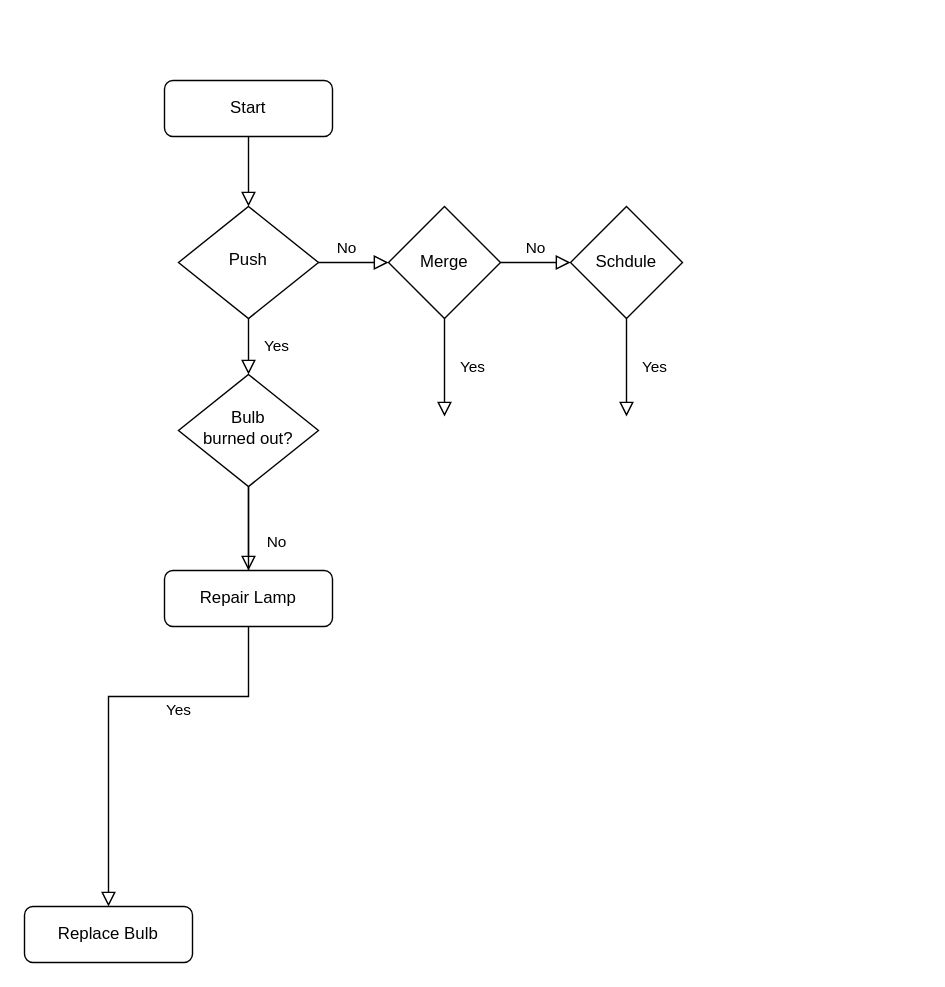
The draw.io diagram Untitled Diagram.drawio in hongbin-che/Actions_Study, before the edit. Source tidied: cells renumbered, new cells numbered last; positions are measured from the earlier drawing's top-left corner, leaving out a move shared by most shapes. Both pictures are drawn from the tidied source at 140%, with x=0, y=0 at pixel (24, 80).
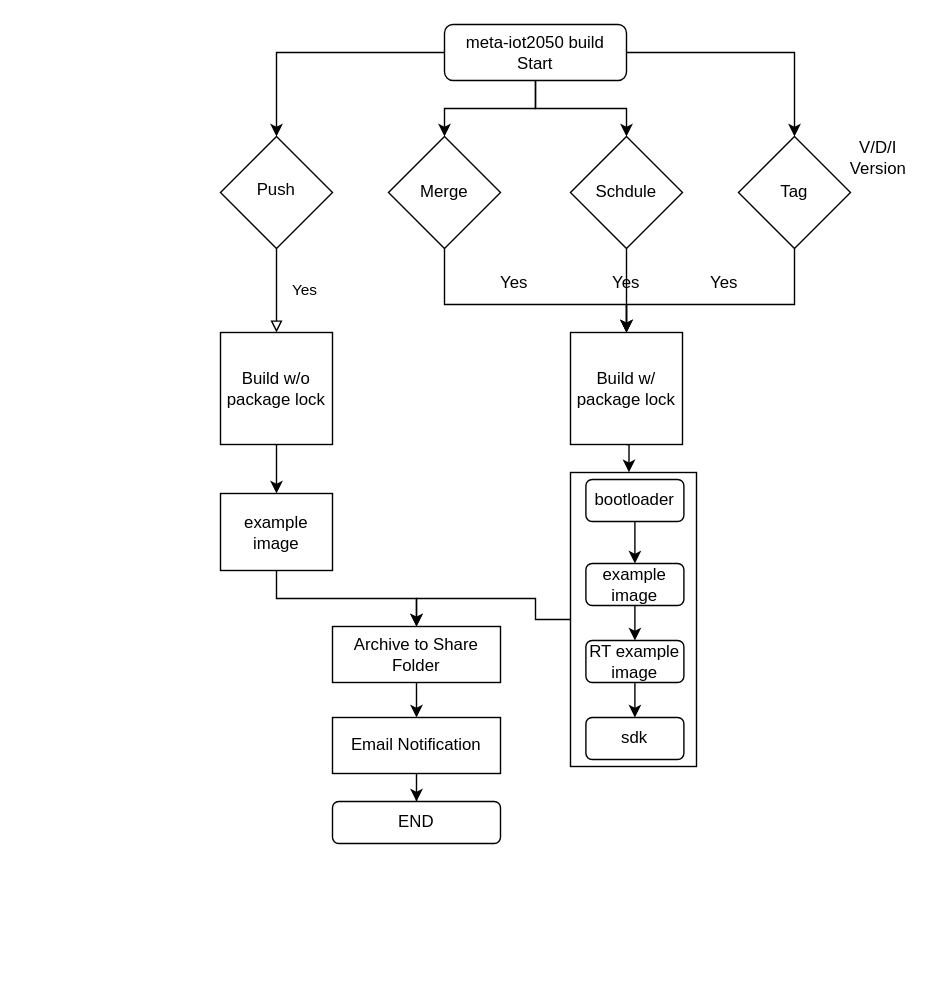
The same page after the edit.

The edit, as a diff of the source:
```diff
@@
+    <mxCell id="17" style="edgeStyle=orthogonalEdgeStyle;rounded=0;jettySize=auto;html=1;entryX=0.5;entryY=0;entryDx=0;entryDy=0;" parent="1" edge="1" source="18" target="41">
+      <mxGeometry relative="1" as="geometry" />
+    </mxCell>
+    <mxCell id="18" style="rounded=0;whiteSpace=wrap;html=1;" parent="1" vertex="1">
+      <mxGeometry x="390" y="280" width="90" height="210" as="geometry" />
+    </mxCell>
+    <mxCell id="19" style="edgeStyle=orthogonalEdgeStyle;rounded=0;jettySize=auto;html=1;" parent="1" edge="1" source="3" target="13">
+      <mxGeometry relative="1" as="geometry" />
+    </mxCell>
-    <mxCell id="2" style="rounded=0;html=1;jettySize=auto;fontSize=11;endArrow=block;endFill=0;endSize=8;strokeWidth=1;shadow=0;labelBackgroundColor=none;edgeStyle=orthogonalEdgeStyle;" parent="1" edge="1" source="3" target="6">
+    <mxCell id="2" style="edgeStyle=orthogonalEdgeStyle;rounded=0;jettySize=auto;html=1;entryX=0.5;entryY=0;entryDx=0;entryDy=0;" parent="1" edge="1" source="3" target="6">
       <mxGeometry relative="1" as="geometry" />
     </mxCell>
+    <mxCell id="20" style="edgeStyle=orthogonalEdgeStyle;rounded=0;jettySize=auto;html=1;entryX=0.5;entryY=0;entryDx=0;entryDy=0;" parent="1" edge="1" source="3" target="12">
+      <mxGeometry relative="1" as="geometry" />
+    </mxCell>
+    <mxCell id="21" style="edgeStyle=orthogonalEdgeStyle;rounded=0;jettySize=auto;html=1;entryX=0.5;entryY=0;entryDx=0;entryDy=0;" parent="1" edge="1" source="3" target="29">
+      <mxGeometry relative="1" as="geometry" />
+    </mxCell>
-    <mxCell id="3" value="Start" style="rounded=1;whiteSpace=wrap;html=1;fontSize=12;glass=0;strokeWidth=1;shadow=0;" parent="1" vertex="1">
-      <mxGeometry x="100" width="120" height="40" as="geometry" />
+    <mxCell id="3" value="meta-iot2050 build&lt;br&gt;Start" style="rounded=1;whiteSpace=wrap;html=1;fontSize=12;glass=0;strokeWidth=1;shadow=0;" parent="1" vertex="1">
+      <mxGeometry x="300" y="-40" width="130" height="40" as="geometry" />
     </mxCell>
-    <mxCell id="4" value="Yes" style="rounded=0;html=1;jettySize=auto;fontSize=11;endArrow=block;endFill=0;endSize=8;strokeWidth=1;shadow=0;labelBackgroundColor=none;edgeStyle=orthogonalEdgeStyle;" parent="1" edge="1" source="6" target="9">
+    <mxCell id="4" value="Yes" style="rounded=0;html=1;jettySize=auto;fontSize=11;endArrow=block;endFill=0;strokeWidth=1;shadow=0;labelBackgroundColor=none;edgeStyle=orthogonalEdgeStyle;entryX=0.5;entryY=0;entryDx=0;entryDy=0;" parent="1" edge="1" source="6" target="27">
       <mxGeometry y="20" relative="1" as="geometry" />
     </mxCell>
-    <mxCell id="5" value="No" style="edgeStyle=orthogonalEdgeStyle;rounded=0;html=1;jettySize=auto;fontSize=11;endArrow=block;endFill=0;endSize=8;strokeWidth=1;shadow=0;labelBackgroundColor=none;" parent="1" edge="1" source="6">
-      <mxGeometry x="-0.2" y="10" relative="1" as="geometry">
-        <mxPoint x="260" y="130" as="targetPoint" />
-      </mxGeometry>
-    </mxCell>
     <mxCell id="6" value="Push" style="rhombus;whiteSpace=wrap;html=1;shadow=0;fontFamily=Helvetica;fontSize=12;align=center;strokeWidth=1;spacing=6;spacingTop=-4;" parent="1" vertex="1">
-      <mxGeometry x="110" y="90" width="100" height="80" as="geometry" />
+      <mxGeometry x="140" y="40" width="80" height="80" as="geometry" />
     </mxCell>
-    <mxCell id="7" value="No" style="rounded=0;html=1;jettySize=auto;fontSize=11;endArrow=block;endFill=0;endSize=8;strokeWidth=1;shadow=0;labelBackgroundColor=none;edgeStyle=orthogonalEdgeStyle;" parent="1" edge="1" source="9" target="10">
-      <mxGeometry x="0.33" y="20" relative="1" as="geometry" />
-    </mxCell>
-    <mxCell id="8" value="Yes" style="edgeStyle=orthogonalEdgeStyle;rounded=0;html=1;jettySize=auto;fontSize=11;endArrow=block;endFill=0;endSize=8;strokeWidth=1;shadow=0;labelBackgroundColor=none;" parent="1" edge="1" source="9" target="11">
-      <mxGeometry y="10" relative="1" as="geometry" />
-    </mxCell>
-    <mxCell id="9" value="Bulb&lt;br&gt;burned out?" style="rhombus;whiteSpace=wrap;html=1;shadow=0;fontFamily=Helvetica;fontSize=12;align=center;strokeWidth=1;spacing=6;spacingTop=-4;" parent="1" vertex="1">
-      <mxGeometry x="110" y="210" width="100" height="80" as="geometry" />
-    </mxCell>
-    <mxCell id="10" value="Repair Lamp" style="rounded=1;whiteSpace=wrap;html=1;fontSize=12;glass=0;strokeWidth=1;shadow=0;" parent="1" vertex="1">
-      <mxGeometry x="100" y="350" width="120" height="40" as="geometry" />
-    </mxCell>
-    <mxCell id="11" value="Replace Bulb" style="rounded=1;whiteSpace=wrap;html=1;fontSize=12;glass=0;strokeWidth=1;shadow=0;" parent="1" vertex="1">
-      <mxGeometry y="590" width="120" height="40" as="geometry" />
-    </mxCell>
+    <mxCell id="22" style="edgeStyle=orthogonalEdgeStyle;rounded=0;jettySize=auto;html=1;entryX=0.5;entryY=0;entryDx=0;entryDy=0;" parent="1" edge="1" source="12" target="25">
+      <mxGeometry relative="1" as="geometry" />
+    </mxCell>
     <mxCell id="12" value="Schdule" style="rhombus;whiteSpace=wrap;html=1;" parent="1" vertex="1">
-      <mxGeometry x="390" y="90" width="80" height="80" as="geometry" />
+      <mxGeometry x="390" y="40" width="80" height="80" as="geometry" />
     </mxCell>
+    <mxCell id="23" style="edgeStyle=orthogonalEdgeStyle;rounded=0;jettySize=auto;html=1;entryX=0.5;entryY=0;entryDx=0;entryDy=0;exitX=0.5;exitY=1;exitDx=0;exitDy=0;" parent="1" edge="1" source="13" target="25">
+      <mxGeometry relative="1" as="geometry">
+        <Array as="points">
+          <mxPoint x="300" y="160" />
+          <mxPoint x="430" y="160" />
+        </Array>
+      </mxGeometry>
+    </mxCell>
     <mxCell id="13" value="Merge" style="rhombus;whiteSpace=wrap;html=1;" parent="1" vertex="1">
-      <mxGeometry x="260" y="90" width="80" height="80" as="geometry" />
+      <mxGeometry x="260" y="40" width="80" height="80" as="geometry" />
     </mxCell>
-    <mxCell id="14" value="No" style="edgeStyle=orthogonalEdgeStyle;rounded=0;html=1;jettySize=auto;orthogonalLoop=1;fontSize=11;endArrow=block;endFill=0;endSize=8;strokeWidth=1;shadow=0;labelBackgroundColor=none;" parent="1" edge="1">
-      <mxGeometry y="10" relative="1" as="geometry">
-        <mxPoint x="340" y="130" as="sourcePoint" />
-        <mxPoint x="390" y="130" as="targetPoint" />
-        <Array as="points">
-          <mxPoint x="360" y="130" />
-          <mxPoint x="360" y="130" />
-        </Array>
-      </mxGeometry>
-    </mxCell>
-    <mxCell id="15" value="Yes" style="rounded=0;html=1;jettySize=auto;fontSize=11;endArrow=block;endFill=0;endSize=8;strokeWidth=1;shadow=0;labelBackgroundColor=none;edgeStyle=orthogonalEdgeStyle;exitX=0.5;exitY=1;exitDx=0;exitDy=0;" parent="1" edge="1" source="13">
-      <mxGeometry y="20" relative="1" as="geometry">
-        <mxPoint x="300" y="240" as="targetPoint" />
-        <Array as="points">
-          <mxPoint x="300" y="220" />
-        </Array>
-      </mxGeometry>
-    </mxCell>
-    <mxCell id="16" value="Yes" style="rounded=0;html=1;jettySize=auto;fontSize=11;endArrow=block;endFill=0;endSize=8;strokeWidth=1;shadow=0;labelBackgroundColor=none;edgeStyle=orthogonalEdgeStyle;" parent="1" edge="1" source="12">
-      <mxGeometry y="20" relative="1" as="geometry">
-        <mxPoint x="430" y="240" as="targetPoint" />
-        <Array as="points">
-          <mxPoint x="430" y="230" />
-          <mxPoint x="430" y="230" />
-        </Array>
-      </mxGeometry>
-    </mxCell>
+    <mxCell id="24" style="edgeStyle=orthogonalEdgeStyle;rounded=0;jettySize=auto;html=1;entryX=0.464;entryY=-0.001;entryDx=0;entryDy=0;entryPerimeter=0;exitX=0.5;exitY=1;exitDx=0;exitDy=0;" parent="1" edge="1" source="25" target="18">
+      <mxGeometry relative="1" as="geometry" />
+    </mxCell>
+    <mxCell id="25" value="&lt;span style=&quot;&quot;&gt;Build w/ package lock&lt;/span&gt;" style="whiteSpace=wrap;html=1;" parent="1" vertex="1">
+      <mxGeometry x="390" y="180" width="80" height="80" as="geometry" />
+    </mxCell>
+    <mxCell id="26" style="edgeStyle=orthogonalEdgeStyle;rounded=0;jettySize=auto;html=1;entryX=0.5;entryY=0;entryDx=0;entryDy=0;" parent="1" edge="1" source="27" target="47">
+      <mxGeometry relative="1" as="geometry" />
+    </mxCell>
+    <mxCell id="27" value="Build w/o package lock" style="whiteSpace=wrap;html=1;" parent="1" vertex="1">
+      <mxGeometry x="140" y="180" width="80" height="80" as="geometry" />
+    </mxCell>
+    <mxCell id="28" style="edgeStyle=orthogonalEdgeStyle;rounded=0;jettySize=auto;html=1;entryX=0.5;entryY=0;entryDx=0;entryDy=0;exitX=0.5;exitY=1;exitDx=0;exitDy=0;" parent="1" edge="1" source="29" target="25">
+      <mxGeometry relative="1" as="geometry">
+        <Array as="points">
+          <mxPoint x="550" y="160" />
+          <mxPoint x="430" y="160" />
+        </Array>
+      </mxGeometry>
+    </mxCell>
+    <mxCell id="29" value="Tag" style="rhombus;whiteSpace=wrap;html=1;" parent="1" vertex="1">
+      <mxGeometry x="510" y="40" width="80" height="80" as="geometry" />
+    </mxCell>
+    <mxCell id="30" value="Yes" style="text;html=1;strokeColor=none;fillColor=none;align=center;verticalAlign=middle;whiteSpace=wrap;rounded=0;" parent="1" vertex="1">
+      <mxGeometry x="320" y="130" width="60" height="30" as="geometry" />
+    </mxCell>
+    <mxCell id="31" value="Yes" style="text;html=1;strokeColor=none;fillColor=none;align=center;verticalAlign=middle;whiteSpace=wrap;rounded=0;" parent="1" vertex="1">
+      <mxGeometry x="470" y="130" width="60" height="30" as="geometry" />
+    </mxCell>
+    <mxCell id="32" value="Yes" style="text;html=1;strokeColor=none;fillColor=none;align=center;verticalAlign=middle;whiteSpace=wrap;rounded=0;" parent="1" vertex="1">
+      <mxGeometry x="400" y="130" width="60" height="30" as="geometry" />
+    </mxCell>
+    <mxCell id="33" value="bootloader" style="rounded=1;whiteSpace=wrap;html=1;" parent="1" vertex="1">
+      <mxGeometry x="401" y="285" width="70" height="30" as="geometry" />
+    </mxCell>
+    <mxCell id="34" value="example image" style="rounded=1;whiteSpace=wrap;html=1;" parent="1" vertex="1">
+      <mxGeometry x="401" y="345" width="70" height="30" as="geometry" />
+    </mxCell>
+    <mxCell id="35" value="RT example image" style="rounded=1;whiteSpace=wrap;html=1;" parent="1" vertex="1">
+      <mxGeometry x="401" y="400" width="70" height="30" as="geometry" />
+    </mxCell>
+    <mxCell id="36" value="sdk" style="rounded=1;whiteSpace=wrap;html=1;" parent="1" vertex="1">
+      <mxGeometry x="401" y="455" width="70" height="30" as="geometry" />
+    </mxCell>
+    <mxCell id="37" style="endArrow=classic;html=1;rounded=0;exitX=0.5;exitY=1;exitDx=0;exitDy=0;entryX=0.5;entryY=0;entryDx=0;entryDy=0;" parent="1" edge="1" source="33" target="34">
+      <mxGeometry relative="1" as="geometry" />
+    </mxCell>
+    <mxCell id="38" style="endArrow=classic;html=1;rounded=0;exitX=0.5;exitY=1;exitDx=0;exitDy=0;entryX=0.5;entryY=0;entryDx=0;entryDy=0;" parent="1" edge="1" source="34" target="35">
+      <mxGeometry relative="1" as="geometry" />
+    </mxCell>
+    <mxCell id="39" style="endArrow=classic;html=1;rounded=0;exitX=0.5;exitY=1;exitDx=0;exitDy=0;entryX=0.5;entryY=0;entryDx=0;entryDy=0;" parent="1" edge="1" source="35" target="36">
+      <mxGeometry relative="1" as="geometry" />
+    </mxCell>
+    <mxCell id="40" style="edgeStyle=orthogonalEdgeStyle;rounded=0;jettySize=auto;html=1;entryX=0.5;entryY=0;entryDx=0;entryDy=0;" parent="1" edge="1" source="41" target="43">
+      <mxGeometry relative="1" as="geometry" />
+    </mxCell>
+    <mxCell id="41" value="Archive to Share Folder" style="rounded=0;whiteSpace=wrap;html=1;" parent="1" vertex="1">
+      <mxGeometry x="220" y="390" width="120" height="40" as="geometry" />
+    </mxCell>
+    <mxCell id="42" style="edgeStyle=orthogonalEdgeStyle;rounded=0;jettySize=auto;html=1;entryX=0.5;entryY=0;entryDx=0;entryDy=0;" parent="1" edge="1" source="43" target="44">
+      <mxGeometry relative="1" as="geometry" />
+    </mxCell>
+    <mxCell id="43" value="Email Notification" style="rounded=0;whiteSpace=wrap;html=1;" parent="1" vertex="1">
+      <mxGeometry x="220" y="455" width="120" height="40" as="geometry" />
+    </mxCell>
+    <mxCell id="44" value="END" style="rounded=1;whiteSpace=wrap;html=1;" parent="1" vertex="1">
+      <mxGeometry x="220" y="515" width="120" height="30" as="geometry" />
+    </mxCell>
+    <mxCell id="45" value="V/D/I Version" style="text;html=1;strokeColor=none;fillColor=none;align=center;verticalAlign=middle;whiteSpace=wrap;rounded=0;" parent="1" vertex="1">
+      <mxGeometry x="580" y="40" width="60" height="30" as="geometry" />
+    </mxCell>
+    <mxCell id="46" style="edgeStyle=orthogonalEdgeStyle;rounded=0;jettySize=auto;html=1;entryX=0.5;entryY=0;entryDx=0;entryDy=0;" parent="1" edge="1" source="47" target="41">
+      <mxGeometry relative="1" as="geometry" />
+    </mxCell>
+    <mxCell id="47" value="&lt;span style=&quot;&quot;&gt;example image&lt;/span&gt;" style="rounded=0;whiteSpace=wrap;html=1;" parent="1" vertex="1">
+      <mxGeometry x="140" y="295" width="80" height="55" as="geometry" />
+    </mxCell>
```
